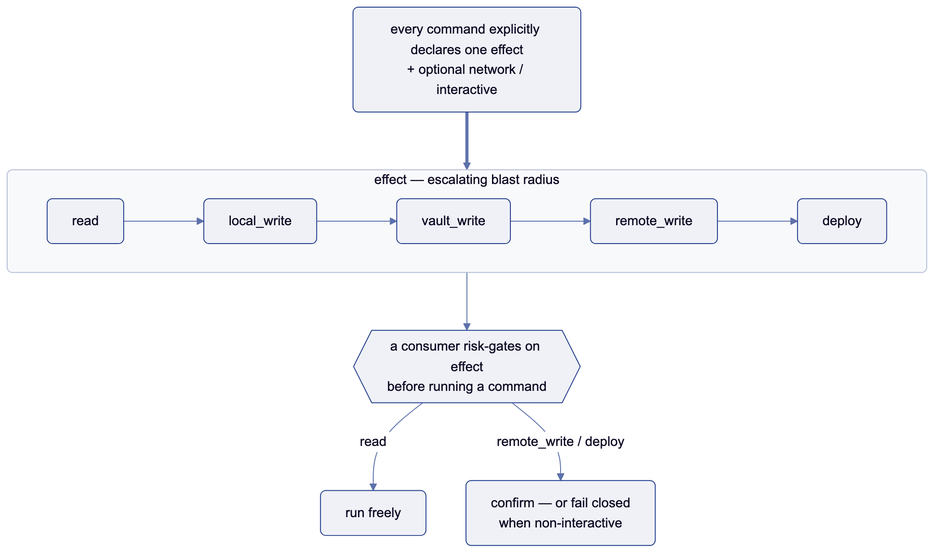
Before: docs/diagrams/effect-ladder.png, a diagram exported from Mermaid (joeseverino/cordon). Its source is kept beside it as docs/diagrams/effect-ladder.mmd.
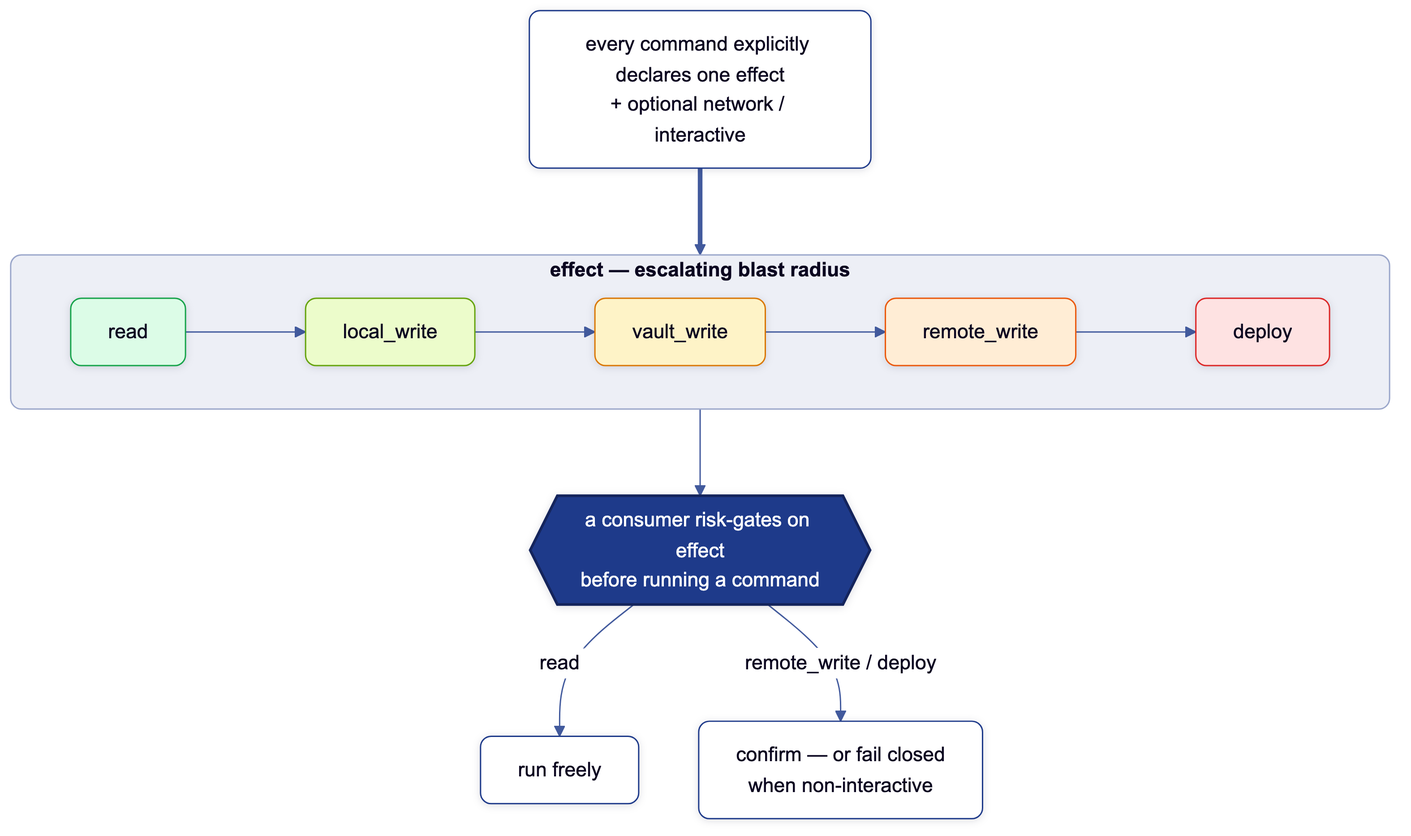
The same file after the commit.

Commit message:
docs: refine diagram theme (layered cards, anchor pivot, heat ramp)

The edit, as a diff of the source:
```diff
@@ -12,3 +12,17 @@
     ladder --> gate
     gate -->|"read"| run["run freely"]
     gate -->|"remote_write / deploy"| confirm["confirm — or fail closed<br/>when non-interactive"]
+
+    classDef e_read fill:#DCFCE7,stroke:#16A34A,color:#0b0620;
+    classDef e_lw   fill:#ECFCCB,stroke:#65A30D,color:#0b0620;
+    classDef e_vw   fill:#FEF3C7,stroke:#D97706,color:#0b0620;
+    classDef e_rw   fill:#FFEDD5,stroke:#EA580C,color:#0b0620;
+    classDef e_dep  fill:#FEE2E2,stroke:#DC2626,color:#0b0620;
+    class r e_read;
+    class lw e_lw;
+    class vw e_vw;
+    class rw e_rw;
+    class dep e_dep;
+
+    classDef anchor stroke-width:2px;
+    class gate anchor;
```
